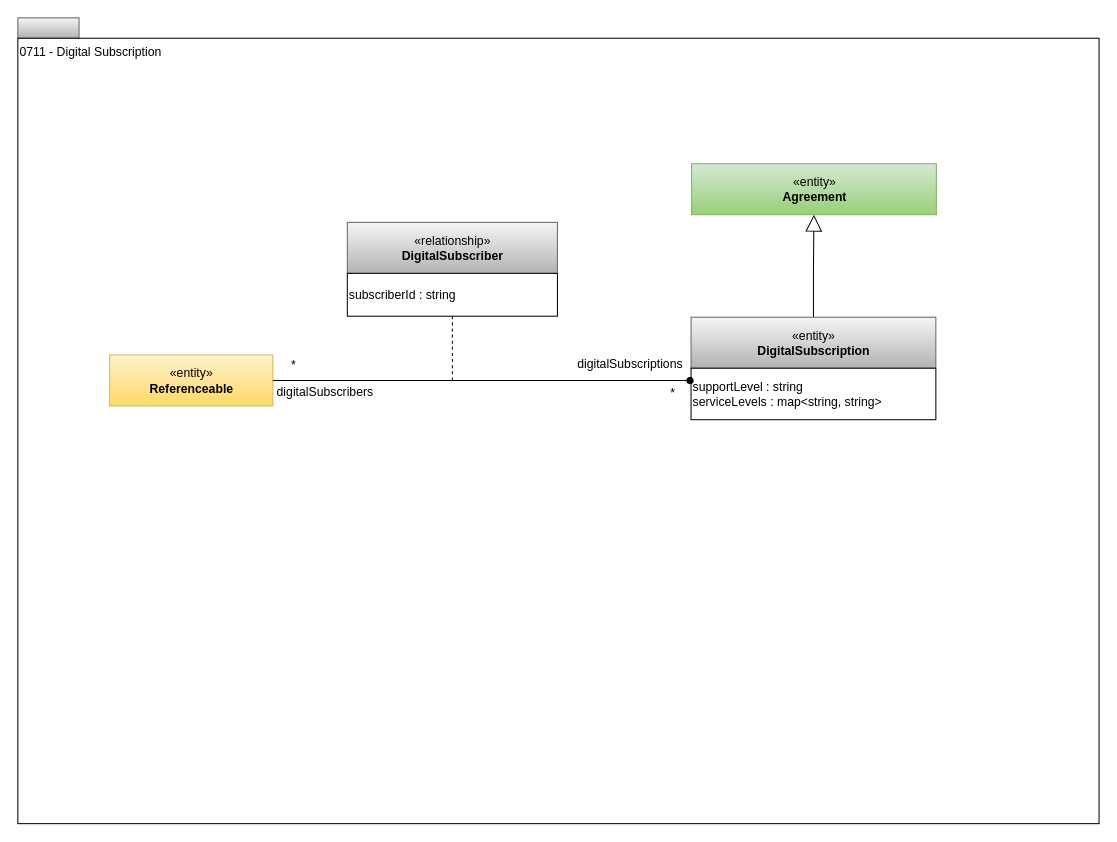
Earlier version of the draw.io diagram page "0711-Digital-Subscription" (3 of 17) of site/docs/types/7/area-7-lineage.drawio (odpi/egeria-docs). Source tidied: cells renumbered, new cells numbered last; positions are measured from the earlier drawing's top-left corner, leaving out a move shared by most shapes. Both pictures are drawn from the tidied source at 102%, with x=0, y=0 at pixel (17, 17).
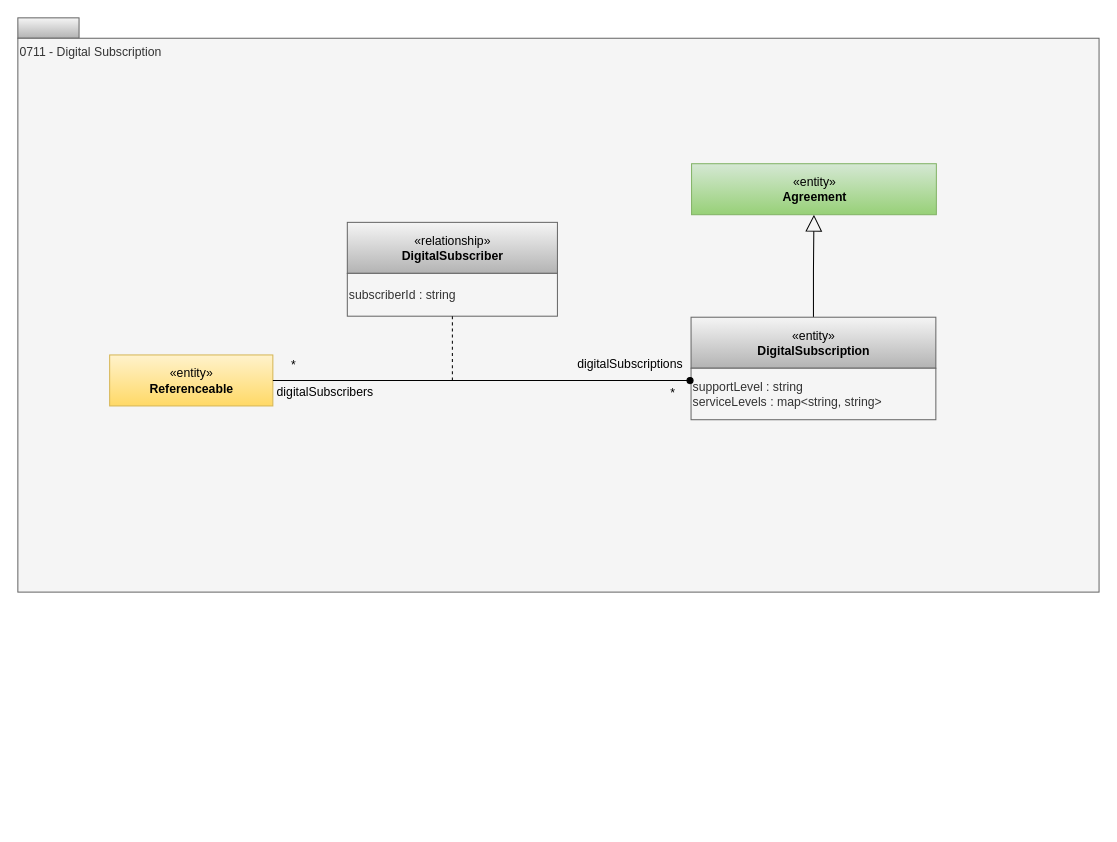
The same diagram, later.

The edit, as a diff of the source:
```diff
@@
 <mxGraphModel>
   <root>
     <mxCell id="0" />
     <mxCell id="1" parent="0" />
     <mxCell id="2" style="rounded=0;whiteSpace=wrap;html=1;align=left;fillColor=#f5f5f5;strokeColor=#666666;gradientColor=#b3b3b3;" parent="1" vertex="1">
       <mxGeometry width="60" height="20" as="geometry" />
     </mxCell>
-    <mxCell id="3" value="0711 - Digital Subscription" style="rounded=0;whiteSpace=wrap;html=1;align=left;verticalAlign=top;" parent="1" vertex="1">
-      <mxGeometry y="20" width="1060" height="770" as="geometry" />
+    <mxCell id="3" value="0711 - Digital Subscription" style="rounded=0;whiteSpace=wrap;html=1;align=left;verticalAlign=top;fillColor=#f5f5f5;fontColor=#333333;strokeColor=#666666;" parent="1" vertex="1">
+      <mxGeometry y="20" width="1060" height="543" as="geometry" />
     </mxCell>
     <mxCell id="4" style="edgeStyle=orthogonalEdgeStyle;rounded=0;jettySize=auto;html=1;exitX=0.5;exitY=0;exitDx=0;exitDy=0;startArrow=none;startFill=0;endArrow=block;endFill=0;endSize=14;strokeWidth=1;" parent="1" edge="1" source="5" target="16">
       <mxGeometry relative="1" as="geometry" />
     </mxCell>
     <mxCell id="5" value="«entity»&lt;br&gt;&lt;b&gt;DigitalSubscription&lt;br&gt;&lt;/b&gt;" style="html=1;strokeColor=#666666;align=center;fillColor=#f5f5f5;gradientColor=#b3b3b3;" parent="1" vertex="1">
       <mxGeometry x="660" y="293.5" width="240" height="50" as="geometry" />
     </mxCell>
-    <mxCell id="6" value="supportLevel : string&lt;br&gt;serviceLevels : map&amp;lt;string, string&amp;gt;&lt;br&gt;&lt;div style=&quot;text-align: left&quot;&gt;&lt;/div&gt;" style="rounded=0;whiteSpace=wrap;html=1;strokeColor=#000000;gradientColor=#ffffff;align=left;perimeterSpacing=1;" parent="1" vertex="1">
+    <mxCell id="6" value="supportLevel : string&lt;br&gt;serviceLevels : map&amp;lt;string, string&amp;gt;&lt;br&gt;&lt;div style=&quot;text-align: left&quot;&gt;&lt;/div&gt;" style="rounded=0;whiteSpace=wrap;html=1;strokeColor=#666666;align=left;perimeterSpacing=1;fillColor=#f5f5f5;fontColor=#333333;" parent="1" vertex="1">
       <mxGeometry x="660" y="343.5" width="240" height="50.5" as="geometry" />
     </mxCell>
     <mxCell id="7" value="*" style="text;html=1;align=center;verticalAlign=top;spacingTop=-4;" parent="1" vertex="1">
       <mxGeometry x="634.5" y="358" width="15" height="14" as="geometry" />
     </mxCell>
     <mxCell id="8" value="«entity»&lt;br&gt;&lt;b&gt;Referenceable&lt;/b&gt;" style="html=1;strokeColor=#d6b656;align=center;fillColor=#fff2cc;gradientColor=#ffd966;" parent="1" vertex="1">
       <mxGeometry x="90" y="330.5" width="160" height="50" as="geometry" />
     </mxCell>
     <mxCell id="9" value="«relationship»&lt;br&gt;&lt;b&gt;DigitalSubscriber&lt;/b&gt;" style="html=1;strokeColor=#666666;align=center;fillColor=#f5f5f5;gradientColor=#b3b3b3;" parent="1" vertex="1">
       <mxGeometry x="323" y="200.5" width="206" height="50" as="geometry" />
     </mxCell>
-    <mxCell id="10" value="subscriberId : string" style="rounded=0;whiteSpace=wrap;html=1;strokeColor=#000000;gradientColor=#ffffff;align=left;" parent="1" vertex="1">
+    <mxCell id="10" value="subscriberId : string" style="rounded=0;whiteSpace=wrap;html=1;strokeColor=#666666;align=left;fillColor=#f5f5f5;fontColor=#333333;" parent="1" vertex="1">
       <mxGeometry x="323" y="250.5" width="206" height="42" as="geometry" />
     </mxCell>
     <mxCell id="11" style="edgeStyle=orthogonalEdgeStyle;rounded=0;html=1;exitX=0.5;exitY=1;dashed=1;endArrow=none;endFill=0;jettySize=auto;exitDx=0;exitDy=0;" parent="1" edge="1" source="10">
       <mxGeometry relative="1" as="geometry">
         <mxPoint x="426" y="356" as="targetPoint" />
       </mxGeometry>
     </mxCell>
     <mxCell id="12" value="digitalSubscribers" style="text;html=1;align=center;verticalAlign=middle;strokeColor=none;fillColor=none;" parent="1" vertex="1">
       <mxGeometry x="240.5" y="352" width="120" height="30" as="geometry" />
     </mxCell>
     <mxCell id="13" value="*" style="text;html=1;align=center;verticalAlign=middle;strokeColor=none;fillColor=none;" parent="1" vertex="1">
       <mxGeometry x="255" y="326" width="30" height="30" as="geometry" />
     </mxCell>
     <mxCell id="14" value="digitalSubscriptions" style="text;html=1;align=center;verticalAlign=middle;strokeColor=none;fillColor=none;" parent="1" vertex="1">
       <mxGeometry x="535" y="324.5" width="130" height="30" as="geometry" />
     </mxCell>
     <mxCell id="15" style="edgeStyle=orthogonalEdgeStyle;rounded=0;jettySize=auto;html=1;exitX=1;exitY=0.5;exitDx=0;exitDy=0;entryX=0;entryY=0.25;entryDx=0;entryDy=0;startArrow=none;startFill=0;endArrow=oval;endFill=1;endSize=6;" parent="1" edge="1" source="8" target="6">
       <mxGeometry relative="1" as="geometry" />
     </mxCell>
     <mxCell id="16" value="«entity»&lt;br&gt;&lt;b&gt;Agreement&lt;br&gt;&lt;/b&gt;" style="html=1;strokeColor=#82b366;align=center;fillColor=#d5e8d4;gradientColor=#97d077;" parent="1" vertex="1">
       <mxGeometry x="660.5" y="143" width="240" height="50" as="geometry" />
     </mxCell>
   </root>
 </mxGraphModel>
```
